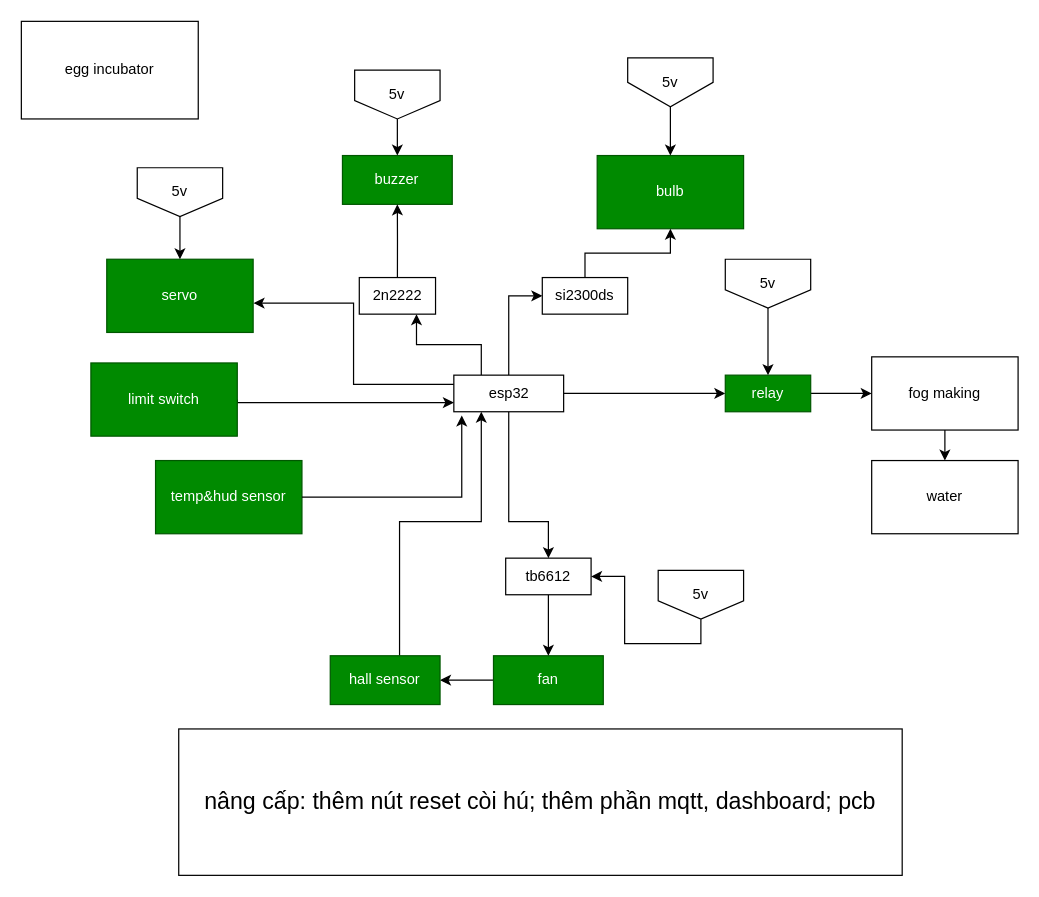
The draw.io diagram Untitled Diagram.drawio in lqhoang231-creator/egg-incubator, before the edit. Source tidied: cells renumbered, new cells numbered last; positions are measured from the earlier drawing's top-left corner, leaving out a move shared by most shapes. Both pictures are drawn from the tidied source at 122%, with x=0, y=0 at pixel (21, 21).
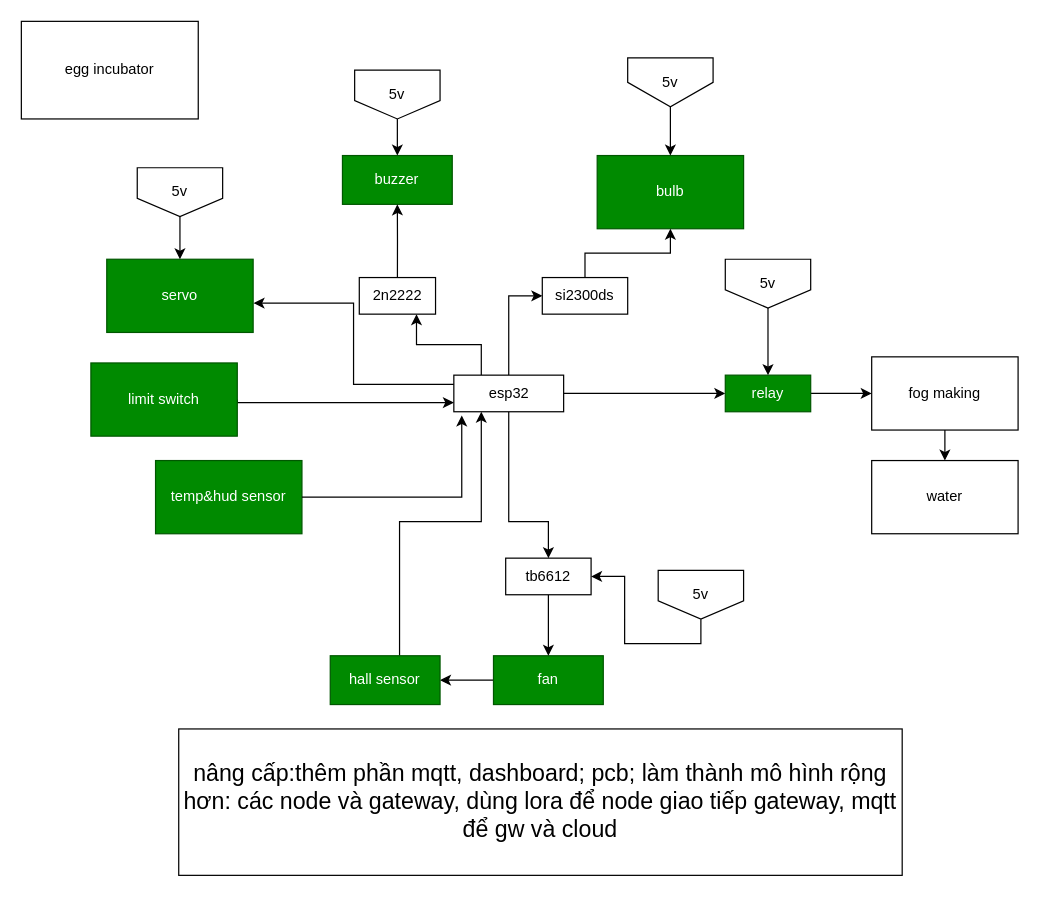
The same diagram, later.

Commit message (it also covers changes not shown here):
alter gpio pin of bulb and reset-button

Diff of the diagram source:
```diff
@@
-    <mxCell id="41" value="&lt;font style=&quot;font-size: 19px;&quot;&gt;nâng cấp: thêm nút reset còi hú; thêm phần mqtt, dashboard; pcb&lt;/font&gt;" style="rounded=0;whiteSpace=wrap;html=1;" parent="1" vertex="1">
+    <mxCell id="41" value="&lt;font style=&quot;font-size: 19px;&quot;&gt;nâng cấp:thêm phần mqtt, dashboard; pcb; làm thành mô hình rộng hơn: các node và gateway, dùng lora để node giao tiếp gateway, mqtt để gw và cloud&lt;/font&gt;" style="rounded=0;whiteSpace=wrap;html=1;" parent="1" vertex="1">
       <mxGeometry x="129" y="580" width="593" height="120" as="geometry" />
     </mxCell>
```
